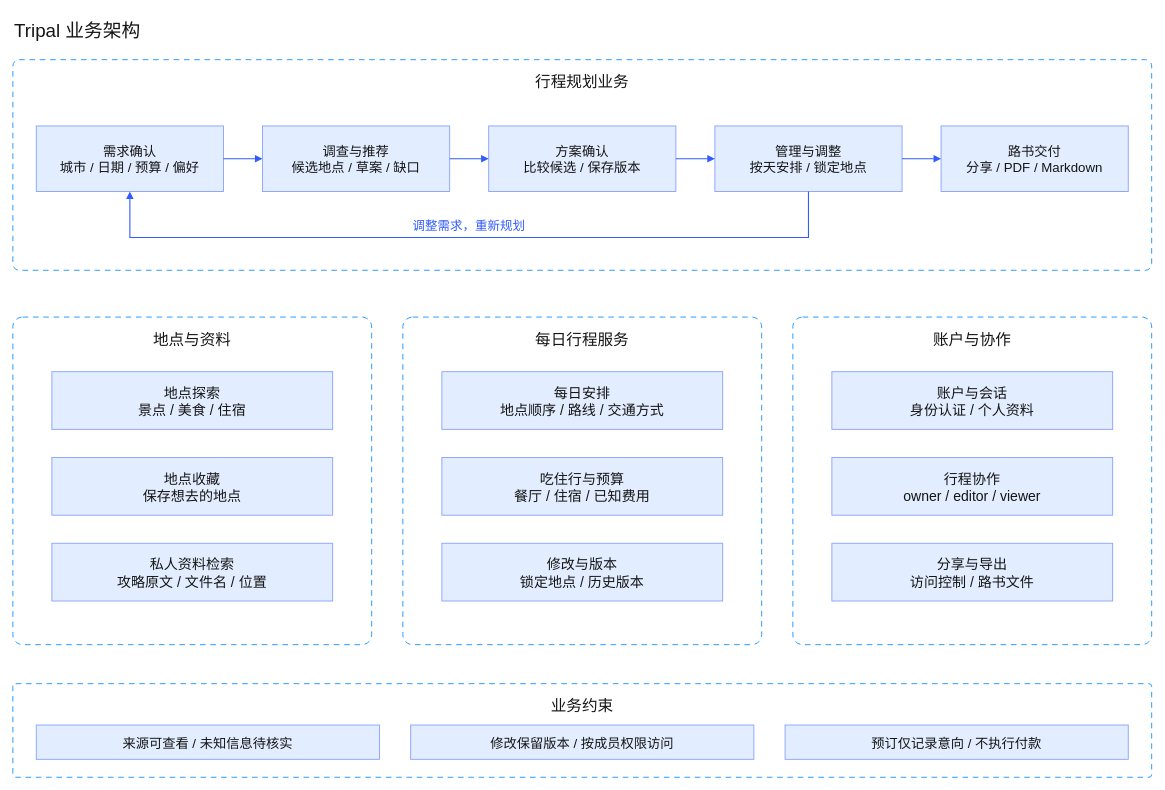
This is docs/assets/architecture/structured/04-business.drawio from JingleiCui/TripPal, a draw.io file, before an edit. Source tidied: cells renumbered, new cells numbered last; positions are measured from the earlier drawing's top-left corner, leaving out a move shared by most shapes. Both pictures are drawn from the tidied source at 78%, with x=0, y=0 at pixel (12, 12).
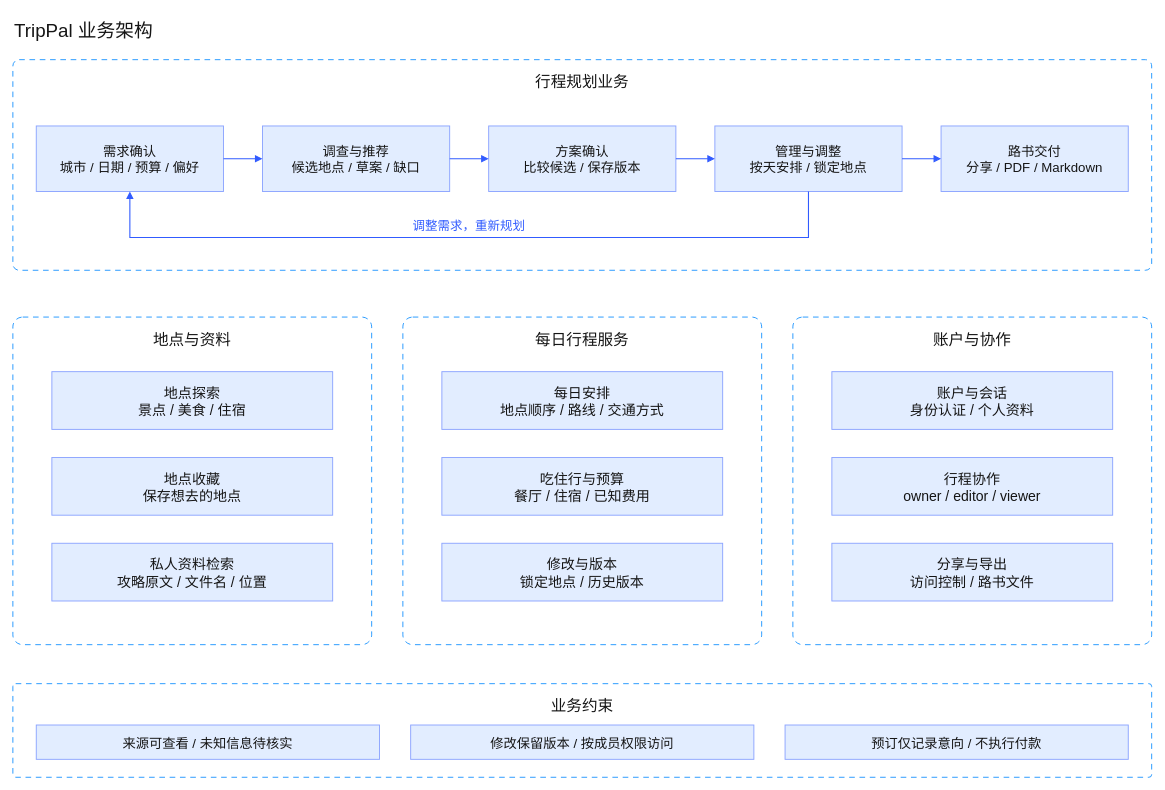
The same diagram, later.

Diff of the diagram source:
```diff
@@
-    <mxCell id="2" value="Tripal 业务架构" style="html=0;fontFamily=Arial;fontColor=#151515;strokeWidth=1.2;text;align=left;verticalAlign=middle;fontSize=24;" parent="1" vertex="1">
+    <mxCell id="2" value="TripPal 业务架构" style="html=0;fontFamily=Arial;fontColor=#151515;strokeWidth=1.2;text;align=left;verticalAlign=middle;fontSize=24;" parent="1" vertex="1">
       <mxGeometry width="1460" height="40" as="geometry" />
     </mxCell>
```
